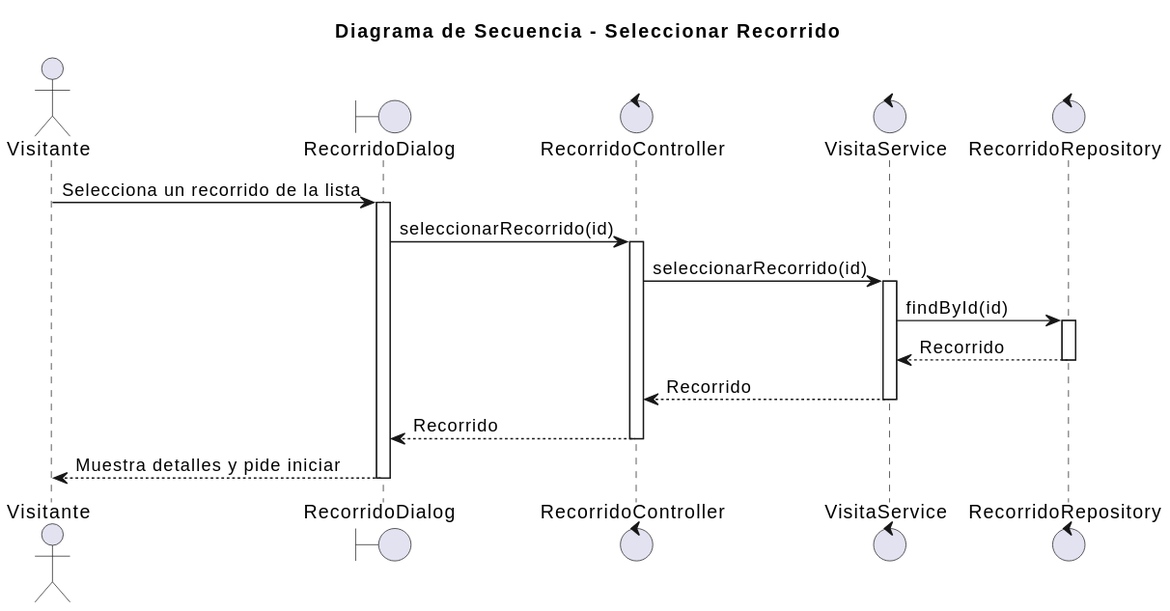
The PlantUML diagram images/02-diseño/01-Visitante/seleccionarRecorrido/seleccionarRecorrido.svg in mmasias/25-26-idsw2-sdVC, before a commit. The source it was exported from:
```plantuml
@startuml
title "Diagrama de Secuencia - Seleccionar Recorrido"

actor "Visitante" as visitor
boundary "RecorridoDialog" as view
control "RecorridoController" as controller
control "VisitaService" as service
control "RecorridoRepository" as repository

visitor -> view: Selecciona un recorrido de la lista
activate view
view -> controller: seleccionarRecorrido(id)
activate controller
controller -> service: seleccionarRecorrido(id)
activate service
service -> repository: findById(id)
activate repository
repository --> service: Recorrido
deactivate repository
service --> controller: Recorrido
deactivate service
controller --> view: Recorrido
deactivate controller
view --> visitor: Muestra detalles y pide iniciar
deactivate view
@enduml
```
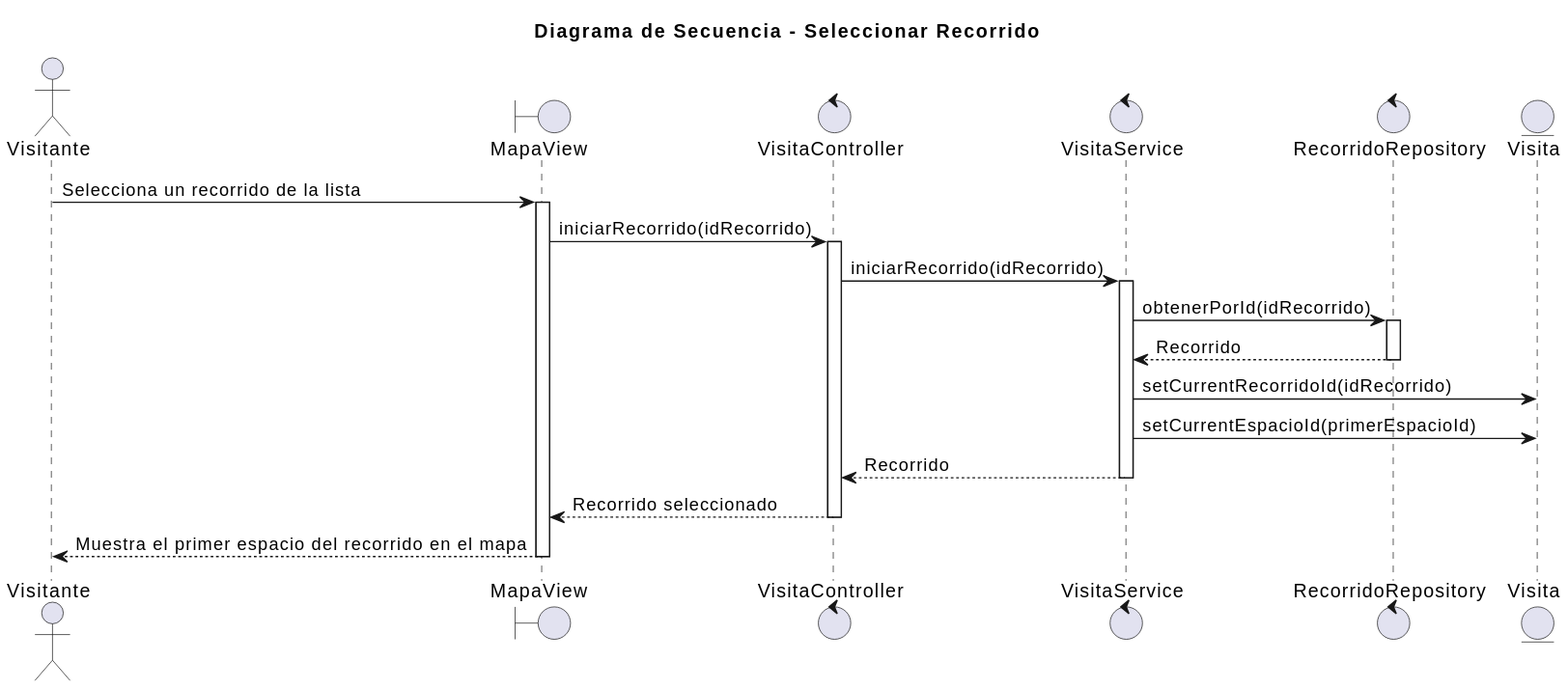
The same file after the commit.

The edit, as a diff of the source:
```diff
@@ -2,25 +2,28 @@
 title "Diagrama de Secuencia - Seleccionar Recorrido"
 
 actor "Visitante" as visitor
-boundary "RecorridoDialog" as view
-control "RecorridoController" as controller
+boundary "MapaView" as view
+control "VisitaController" as controller
 control "VisitaService" as service
 control "RecorridoRepository" as repository
+entity "Visita" as visit
 
 visitor -> view: Selecciona un recorrido de la lista
 activate view
-view -> controller: seleccionarRecorrido(id)
+view -> controller: iniciarRecorrido(idRecorrido)
 activate controller
-controller -> service: seleccionarRecorrido(id)
+controller -> service: iniciarRecorrido(idRecorrido)
 activate service
-service -> repository: findById(id)
+service -> repository: obtenerPorId(idRecorrido)
 activate repository
 repository --> service: Recorrido
 deactivate repository
+service -> visit: setCurrentRecorridoId(idRecorrido)
+service -> visit: setCurrentEspacioId(primerEspacioId)
 service --> controller: Recorrido
 deactivate service
-controller --> view: Recorrido
+controller --> view: Recorrido seleccionado
 deactivate controller
-view --> visitor: Muestra detalles y pide iniciar
+view --> visitor: Muestra el primer espacio del recorrido en el mapa
 deactivate view
 @enduml
```
